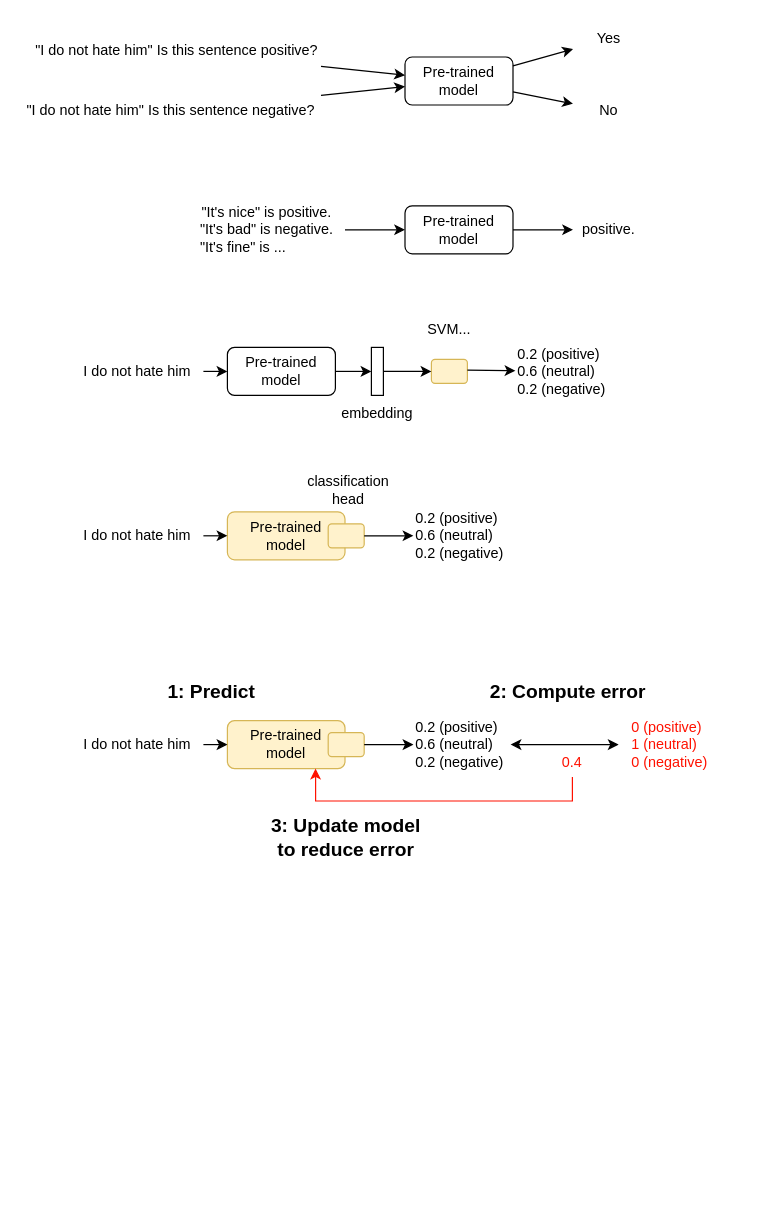
Earlier version of the draw.io diagram ZSLPret.drawio (cerisara/draws). Source tidied: cells renumbered, new cells numbered last; positions are measured from the earlier drawing's top-left corner, leaving out a move shared by most shapes. Both pictures are drawn from the tidied source at 120%, with x=0, y=0 at pixel (20, 20).
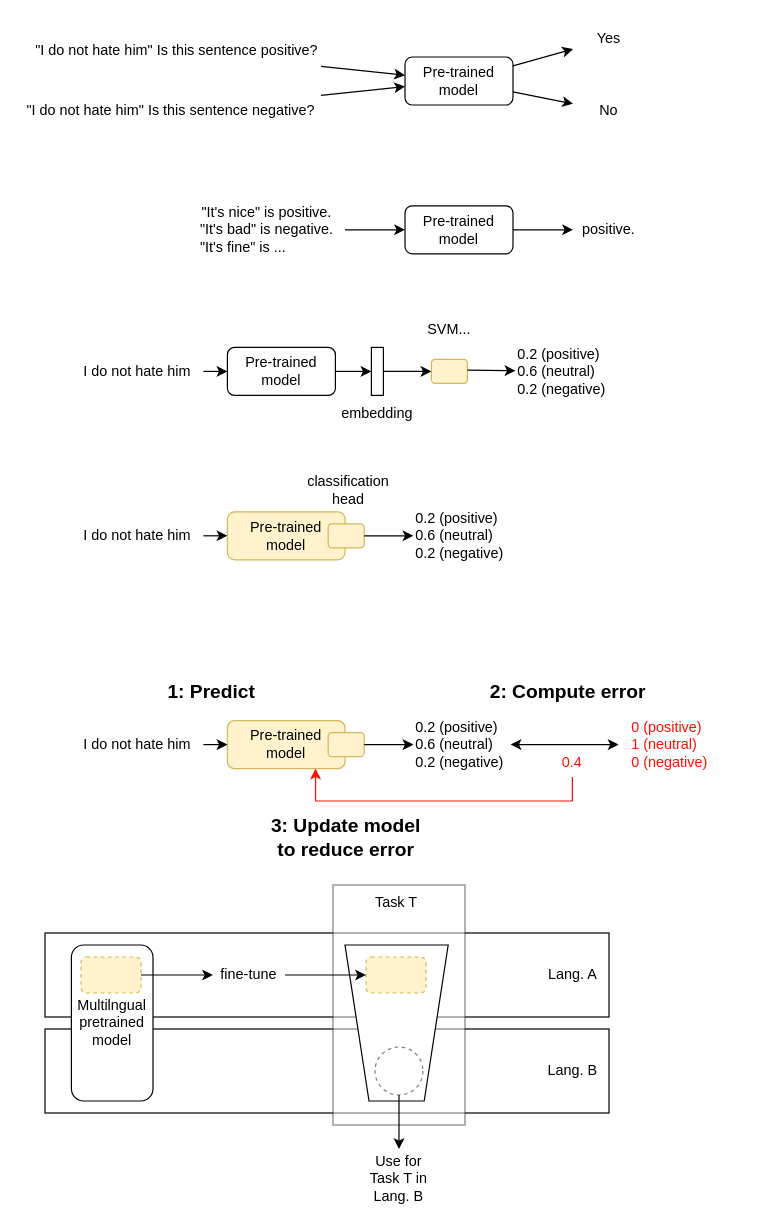
Above is the later version.

Diff of the diagram source:
```diff
@@
+    <mxCell id="47" style="rounded=0;whiteSpace=wrap;html=1;" parent="1" vertex="1">
+      <mxGeometry x="20" y="760" width="470" height="70" as="geometry" />
+    </mxCell>
+    <mxCell id="48" style="rounded=0;whiteSpace=wrap;html=1;" parent="1" vertex="1">
+      <mxGeometry x="20" y="840" width="470" height="70" as="geometry" />
+    </mxCell>
+    <mxCell id="49" value="&lt;div&gt;Multilngual&lt;/div&gt;&lt;div&gt;pretrained&lt;/div&gt;&lt;div&gt;model&lt;br&gt;&lt;/div&gt;" style="rounded=1;whiteSpace=wrap;html=1;" parent="1" vertex="1">
+      <mxGeometry x="42" y="770" width="68" height="130" as="geometry" />
+    </mxCell>
+    <mxCell id="50" style="rounded=0;whiteSpace=wrap;html=1;opacity=50;" parent="1" vertex="1">
+      <mxGeometry x="260" y="720" width="110" height="200" as="geometry" />
+    </mxCell>
+    <mxCell id="51" value="Task T" style="text;html=1;strokeColor=none;fillColor=none;align=center;verticalAlign=middle;whiteSpace=wrap;rounded=0;" parent="1" vertex="1">
+      <mxGeometry x="283" y="720" width="60" height="30" as="geometry" />
+    </mxCell>
+    <mxCell id="52" value="Lang. A" style="text;html=1;strokeColor=none;fillColor=none;align=center;verticalAlign=middle;whiteSpace=wrap;rounded=0;" parent="1" vertex="1">
+      <mxGeometry x="430" y="780" width="60" height="30" as="geometry" />
+    </mxCell>
+    <mxCell id="53" value="Lang. B" style="text;html=1;strokeColor=none;fillColor=none;align=center;verticalAlign=middle;whiteSpace=wrap;rounded=0;" parent="1" vertex="1">
+      <mxGeometry x="430" y="860" width="60" height="30" as="geometry" />
+    </mxCell>
+    <mxCell id="54" value="fine-tune" style="text;html=1;strokeColor=none;fillColor=none;align=center;verticalAlign=middle;whiteSpace=wrap;rounded=0;" parent="1" vertex="1">
+      <mxGeometry x="160" y="780" width="60" height="30" as="geometry" />
+    </mxCell>
+    <mxCell id="55" style="shape=trapezoid;perimeter=trapezoidPerimeter;whiteSpace=wrap;html=1;fixedSize=1;rotation=-180;" parent="1" vertex="1">
+      <mxGeometry x="270" y="770" width="86" height="130" as="geometry" />
+    </mxCell>
+    <mxCell id="56" style="edgeStyle=orthogonalEdgeStyle;rounded=0;jettySize=auto;html=1;" parent="1" edge="1" source="57" target="54">
+      <mxGeometry relative="1" as="geometry" />
+    </mxCell>
+    <mxCell id="57" style="rounded=1;whiteSpace=wrap;html=1;dashed=1;fillColor=#fff2cc;strokeColor=#d6b656;" parent="1" vertex="1">
+      <mxGeometry x="50" y="780" width="50" height="30" as="geometry" />
+    </mxCell>
+    <mxCell id="58" style="rounded=1;whiteSpace=wrap;html=1;dashed=1;fillColor=#fff2cc;strokeColor=#d6b656;" parent="1" vertex="1">
+      <mxGeometry x="287.5" y="780" width="50" height="30" as="geometry" />
+    </mxCell>
+    <mxCell id="59" style="edgeStyle=orthogonalEdgeStyle;rounded=0;jettySize=auto;html=1;" parent="1" edge="1" source="54" target="58">
+      <mxGeometry relative="1" as="geometry" />
+    </mxCell>
+    <mxCell id="60" style="ellipse;whiteSpace=wrap;html=1;dashed=1;opacity=50;" parent="1" vertex="1">
+      <mxGeometry x="295" y="855" width="40" height="40" as="geometry" />
+    </mxCell>
+    <mxCell id="61" style="endArrow=classic;html=1;rounded=0;exitX=0.5;exitY=1;exitDx=0;exitDy=0;" parent="1" edge="1" source="60" target="62">
+      <mxGeometry relative="1" as="geometry" />
+    </mxCell>
+    <mxCell id="62" value="Use for Task T in Lang. B" style="text;html=1;strokeColor=none;fillColor=none;align=center;verticalAlign=middle;whiteSpace=wrap;rounded=0;dashed=1;opacity=50;" parent="1" vertex="1">
+      <mxGeometry x="285" y="940" width="60" height="50" as="geometry" />
+    </mxCell>
```
